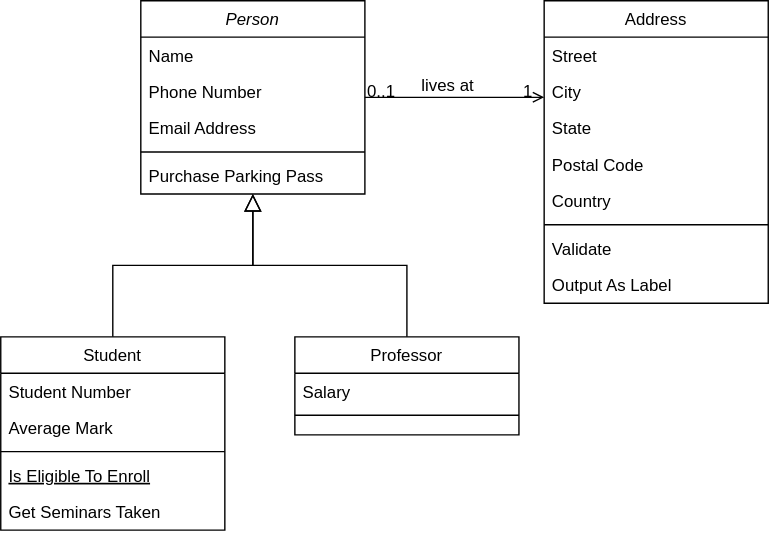
Earlier version of the draw.io export notebooks/Untitled Diagram.drawio.svg (Josecopro/codespaces-jupyter). Source tidied: cells renumbered, new cells last; positions are measured from the earlier drawing's top-left corner, leaving out a move shared by most shapes.
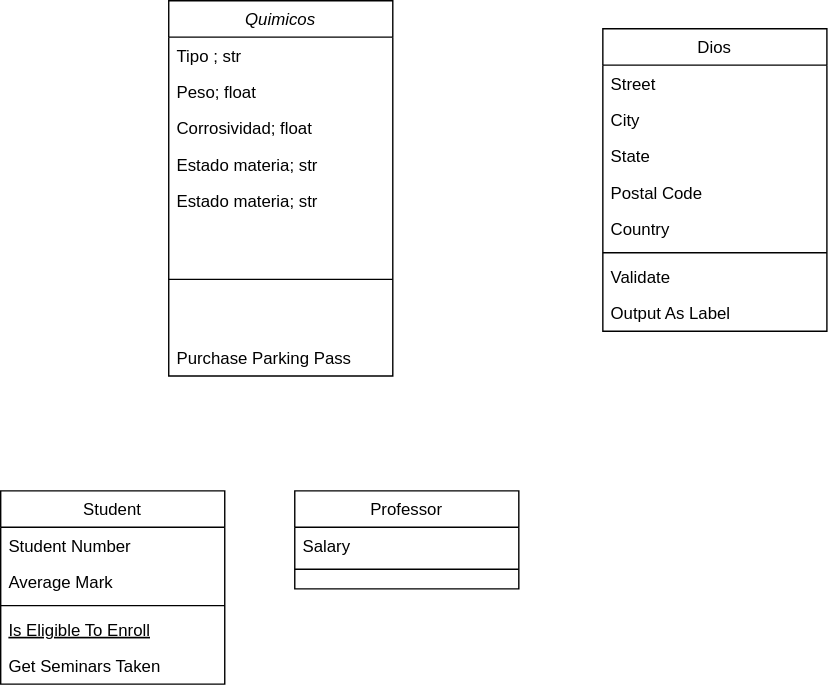
The same file after the commit.

Diff of the diagram source:
```diff
@@ -2,23 +2,29 @@
   <root>
     <mxCell id="0" />
     <mxCell id="1" parent="0" />
-    <mxCell id="2" value="Person" style="swimlane;fontStyle=2;align=center;verticalAlign=top;horizontal=1;startSize=26;rounded=0;shadow=0;strokeWidth=1;" parent="1" vertex="1">
-      <mxGeometry x="100" width="160" height="138" as="geometry" />
+    <mxCell id="2" value="Quimicos" style="swimlane;fontStyle=2;align=center;verticalAlign=top;horizontal=1;startSize=26;rounded=0;shadow=0;strokeWidth=1;" parent="1" vertex="1">
+      <mxGeometry x="120" y="-110" width="160" height="268" as="geometry" />
     </mxCell>
-    <mxCell id="3" value="Name" style="text;align=left;verticalAlign=top;spacingLeft=4;spacingRight=4;overflow=hidden;" parent="2" vertex="1">
+    <mxCell id="3" value="Tipo ; str" style="text;align=left;verticalAlign=top;spacingLeft=4;spacingRight=4;overflow=hidden;" parent="2" vertex="1">
       <mxGeometry y="26" width="160" height="26" as="geometry" />
     </mxCell>
-    <mxCell id="4" value="Phone Number" style="text;align=left;verticalAlign=top;spacingLeft=4;spacingRight=4;overflow=hidden;rounded=0;shadow=0;html=0;" parent="2" vertex="1">
+    <mxCell id="4" value="Peso; float&#10;" style="text;align=left;verticalAlign=top;spacingLeft=4;spacingRight=4;overflow=hidden;rounded=0;shadow=0;html=0;" parent="2" vertex="1">
       <mxGeometry y="52" width="160" height="26" as="geometry" />
     </mxCell>
-    <mxCell id="5" value="Email Address" style="text;align=left;verticalAlign=top;spacingLeft=4;spacingRight=4;overflow=hidden;rounded=0;shadow=0;html=0;" parent="2" vertex="1">
+    <mxCell id="5" value="Corrosividad; float" style="text;align=left;verticalAlign=top;spacingLeft=4;spacingRight=4;overflow=hidden;rounded=0;shadow=0;html=0;" parent="2" vertex="1">
       <mxGeometry y="78" width="160" height="26" as="geometry" />
     </mxCell>
+    <mxCell id="32" value="Estado materia; str" style="text;align=left;verticalAlign=top;spacingLeft=4;spacingRight=4;overflow=hidden;rounded=0;shadow=0;html=0;" parent="2" vertex="1">
+      <mxGeometry y="104" width="160" height="26" as="geometry" />
+    </mxCell>
+    <mxCell id="33" value="Estado materia; str" style="text;align=left;verticalAlign=top;spacingLeft=4;spacingRight=4;overflow=hidden;rounded=0;shadow=0;html=0;" parent="2" vertex="1">
+      <mxGeometry y="130" width="160" height="26" as="geometry" />
+    </mxCell>
     <mxCell id="6" style="line;html=1;strokeWidth=1;align=left;verticalAlign=middle;spacingTop=-1;spacingLeft=3;spacingRight=3;labelPosition=right;" parent="2" vertex="1">
-      <mxGeometry y="104" width="160" height="8" as="geometry" />
+      <mxGeometry y="156" width="160" height="86" as="geometry" />
     </mxCell>
     <mxCell id="7" value="Purchase Parking Pass" style="text;align=left;verticalAlign=top;spacingLeft=4;spacingRight=4;overflow=hidden;" parent="2" vertex="1">
-      <mxGeometry y="112" width="160" height="26" as="geometry" />
+      <mxGeometry y="242" width="160" height="26" as="geometry" />
     </mxCell>
     <mxCell id="8" value="Student" style="swimlane;fontStyle=0;align=center;verticalAlign=top;horizontal=1;startSize=26;rounded=0;shadow=0;strokeWidth=1;" parent="1" vertex="1">
       <mxGeometry y="240" width="160" height="138" as="geometry" />
@@ -38,9 +44,6 @@
     <mxCell id="13" value="Get Seminars Taken" style="text;align=left;verticalAlign=top;spacingLeft=4;spacingRight=4;overflow=hidden;" parent="8" vertex="1">
       <mxGeometry y="112" width="160" height="26" as="geometry" />
     </mxCell>
-    <mxCell id="14" style="endArrow=block;endSize=10;endFill=0;shadow=0;strokeWidth=1;rounded=0;curved=0;edgeStyle=elbowEdgeStyle;elbow=vertical;" parent="1" edge="1" source="8" target="2">
-      <mxGeometry relative="1" as="geometry" />
-    </mxCell>
     <mxCell id="15" value="Professor" style="swimlane;fontStyle=0;align=center;verticalAlign=top;horizontal=1;startSize=26;rounded=0;shadow=0;strokeWidth=1;" parent="1" vertex="1">
       <mxGeometry x="210" y="240" width="160" height="70" as="geometry" />
     </mxCell>
@@ -50,11 +53,8 @@
     <mxCell id="17" style="line;html=1;strokeWidth=1;align=left;verticalAlign=middle;spacingTop=-1;spacingLeft=3;spacingRight=3;labelPosition=right;" parent="15" vertex="1">
       <mxGeometry y="52" width="160" height="8" as="geometry" />
     </mxCell>
-    <mxCell id="18" style="endArrow=block;endSize=10;endFill=0;shadow=0;strokeWidth=1;rounded=0;curved=0;edgeStyle=elbowEdgeStyle;elbow=vertical;" parent="1" edge="1" source="15" target="2">
-      <mxGeometry relative="1" as="geometry" />
-    </mxCell>
-    <mxCell id="19" value="Address" style="swimlane;fontStyle=0;align=center;verticalAlign=top;horizontal=1;startSize=26;rounded=0;shadow=0;strokeWidth=1;" parent="1" vertex="1">
-      <mxGeometry x="388" width="160" height="216" as="geometry" />
+    <mxCell id="19" value="Dios" style="swimlane;fontStyle=0;align=center;verticalAlign=top;horizontal=1;startSize=26;rounded=0;shadow=0;strokeWidth=1;" parent="1" vertex="1">
+      <mxGeometry x="430" y="-90" width="160" height="216" as="geometry" />
     </mxCell>
     <mxCell id="20" value="Street" style="text;align=left;verticalAlign=top;spacingLeft=4;spacingRight=4;overflow=hidden;" parent="19" vertex="1">
       <mxGeometry y="26" width="160" height="26" as="geometry" />
@@ -80,25 +80,5 @@
     <mxCell id="27" value="Output As Label" style="text;align=left;verticalAlign=top;spacingLeft=4;spacingRight=4;overflow=hidden;" parent="19" vertex="1">
       <mxGeometry y="190" width="160" height="26" as="geometry" />
     </mxCell>
-    <mxCell id="28" style="endArrow=open;shadow=0;strokeWidth=1;rounded=0;curved=0;endFill=1;edgeStyle=elbowEdgeStyle;elbow=vertical;" parent="1" edge="1" source="2" target="19">
-      <mxGeometry x="0.5" y="41" relative="1" as="geometry">
-        <mxPoint x="-40" y="32" as="offset" />
-      </mxGeometry>
-    </mxCell>
-    <mxCell id="29" value="0..1" style="align=left;verticalAlign=bottom;labelBackgroundColor=none;fontSize=12;" parent="28" vertex="1">
-      <mxGeometry x="-1" relative="1" as="geometry">
-        <mxPoint y="4" as="offset" />
-      </mxGeometry>
-    </mxCell>
-    <mxCell id="30" value="1" style="align=right;verticalAlign=bottom;labelBackgroundColor=none;fontSize=12;" parent="28" vertex="1">
-      <mxGeometry x="1" relative="1" as="geometry">
-        <mxPoint x="-7" y="4" as="offset" />
-      </mxGeometry>
-    </mxCell>
-    <mxCell id="31" value="lives at" style="text;html=1;align=center;verticalAlign=middle;labelBackgroundColor=none;rounded=0;shadow=0;strokeWidth=1;fontSize=12;" parent="28" vertex="1">
-      <mxGeometry x="0.5" y="49" relative="1" as="geometry">
-        <mxPoint x="-38" y="40" as="offset" />
-      </mxGeometry>
-    </mxCell>
   </root>
 </mxGraphModel>
```
